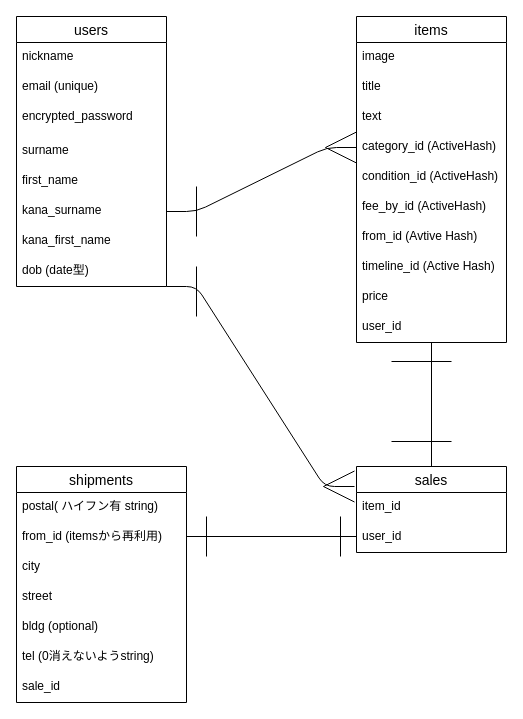
Earlier version of the draw.io diagram furima.dio (U-ki-M/furima-36120). Source tidied: cells renumbered, new cells numbered last; positions are measured from the earlier drawing's top-left corner, leaving out a move shared by most shapes. Both pictures are drawn from the tidied source at 100%, with x=0, y=0 at pixel (16, 16).
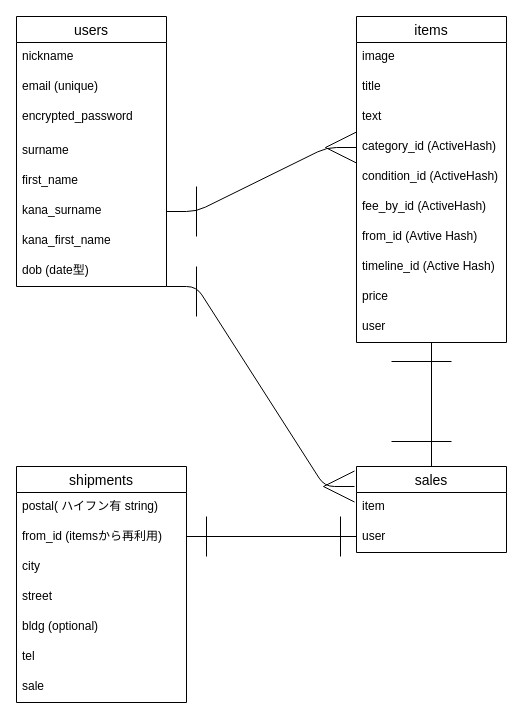
Above is the later version.

The change refers to these unchanged cells:
```xml
<mxCell id="2" value="sales" style="swimlane;fontStyle=0;horizontal=1;startSize=26;align=center;fontSize=14;" parent="1" vertex="1">
  <mxGeometry x="340" y="450" width="150" height="86" as="geometry" />
</mxCell>
<mxCell id="14" value="shipments" style="swimlane;fontStyle=0;horizontal=1;startSize=26;align=center;fontSize=14;" parent="1" vertex="1">
  <mxGeometry y="450" width="170" height="236" as="geometry" />
</mxCell>
<mxCell id="22" value="items" style="swimlane;fontStyle=0;horizontal=1;startSize=26;align=center;fontSize=14;" parent="1" vertex="1">
  <mxGeometry x="340" width="150" height="326" as="geometry" />
</mxCell>
```

The edit, as a diff of the source:
```diff
@@
-    <mxCell id="3" value="item_id" style="text;strokeColor=none;fillColor=none;spacingLeft=4;spacingRight=4;overflow=hidden;fontSize=12;" parent="2" vertex="1">
+    <mxCell id="3" value="item" style="text;strokeColor=none;fillColor=none;spacingLeft=4;spacingRight=4;overflow=hidden;fontSize=12;" parent="2" vertex="1">
       <mxGeometry y="26" width="150" height="30" as="geometry" />
     </mxCell>
-    <mxCell id="4" value="user_id" style="text;strokeColor=none;fillColor=none;spacingLeft=4;spacingRight=4;overflow=hidden;fontSize=12;" parent="2" vertex="1">
+    <mxCell id="4" value="user" style="text;strokeColor=none;fillColor=none;spacingLeft=4;spacingRight=4;overflow=hidden;fontSize=12;" parent="2" vertex="1">
       <mxGeometry y="56" width="150" height="30" as="geometry" />
     </mxCell>
@@
-    <mxCell id="20" value="tel (0消えないようstring)" style="text;strokeColor=none;fillColor=none;spacingLeft=4;spacingRight=4;overflow=hidden;fontSize=12;" parent="14" vertex="1">
+    <mxCell id="20" value="tel" style="text;strokeColor=none;fillColor=none;spacingLeft=4;spacingRight=4;overflow=hidden;fontSize=12;" parent="14" vertex="1">
       <mxGeometry y="176" width="170" height="30" as="geometry" />
     </mxCell>
-    <mxCell id="21" value="sale_id" style="text;strokeColor=none;fillColor=none;spacingLeft=4;spacingRight=4;overflow=hidden;fontSize=12;" parent="14" vertex="1">
+    <mxCell id="21" value="sale" style="text;strokeColor=none;fillColor=none;spacingLeft=4;spacingRight=4;overflow=hidden;fontSize=12;" parent="14" vertex="1">
       <mxGeometry y="206" width="170" height="30" as="geometry" />
     </mxCell>
@@
-    <mxCell id="32" value="user_id" style="text;strokeColor=none;fillColor=none;spacingLeft=4;spacingRight=4;overflow=hidden;points=[[0,0.5],[1,0.5]];portConstraint=eastwest;fontSize=12;" parent="22" vertex="1">
+    <mxCell id="32" value="user" style="text;strokeColor=none;fillColor=none;spacingLeft=4;spacingRight=4;overflow=hidden;points=[[0,0.5],[1,0.5]];portConstraint=eastwest;fontSize=12;" parent="22" vertex="1">
       <mxGeometry y="296" width="150" height="30" as="geometry" />
     </mxCell>
```
